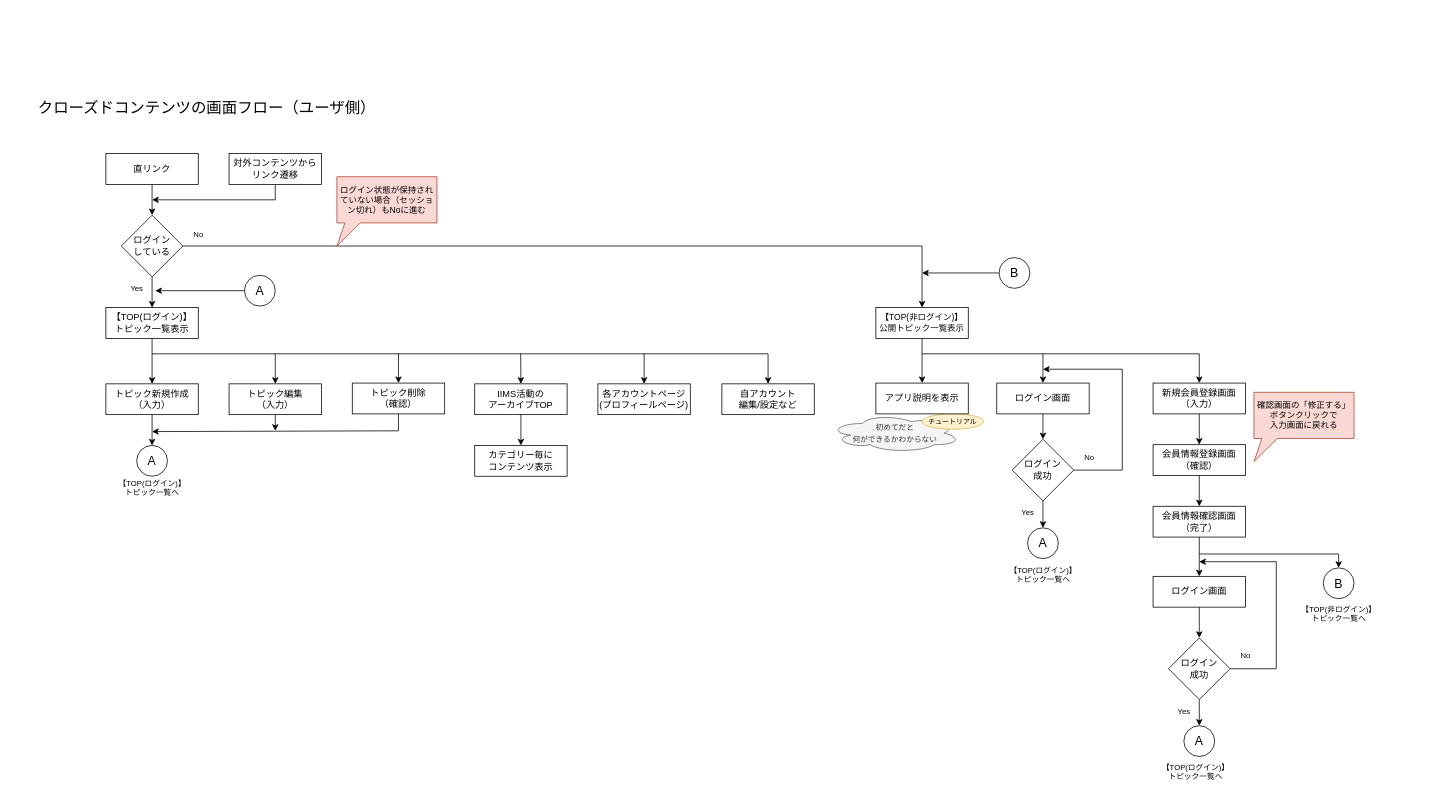
Above: page "ユーザ側" (1 of 2) of クローズドコンテンツ_画面フロー.drawio in iims-engineers/iims_closed (draw.io), before the change. Source tidied: cells renumbered, new cells numbered last; positions are measured from the earlier drawing's top-left corner, leaving out a move shared by most shapes. Both pictures are drawn from the tidied source at 77%, with x=0, y=0 at pixel (36, 92).
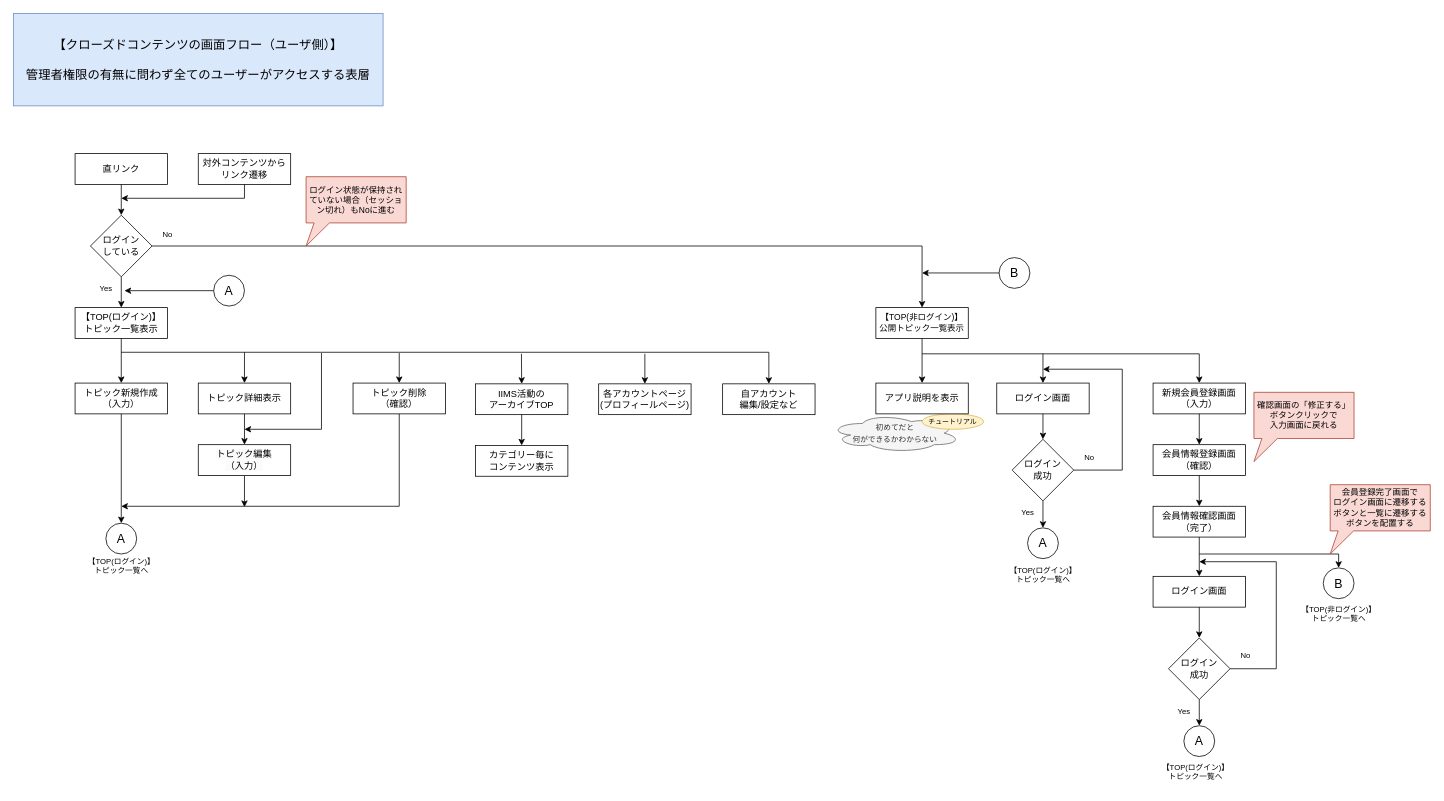
Above is the later version.

The edit, as a diff of the source:
```diff
@@
-    <mxCell id="2" value="&lt;font style=&quot;font-size: 20px;&quot;&gt;クローズドコンテンツの画面フロー（ユーザ側）&lt;/font&gt;" style="text;html=1;align=left;verticalAlign=middle;strokeColor=none;fillColor=none;" parent="1" vertex="1">
-      <mxGeometry width="460" height="40" as="geometry" />
-    </mxCell>
     <mxCell id="3" value="対外コンテンツからリンク遷移" style="whiteSpace=wrap;html=1;" parent="1" vertex="1">
-      <mxGeometry x="250" y="80" width="120" height="40" as="geometry" />
+      <mxGeometry x="210" y="80" width="120" height="40" as="geometry" />
     </mxCell>
     <mxCell id="4" value="直リンク" style="whiteSpace=wrap;html=1;" parent="1" vertex="1">
-      <mxGeometry x="90" y="80" width="120" height="40" as="geometry" />
+      <mxGeometry x="50" y="80" width="120" height="40" as="geometry" />
     </mxCell>
     <mxCell id="5" value="【TOP(ログイン)】&lt;br&gt;トピック一覧表示" style="whiteSpace=wrap;html=1;" parent="1" vertex="1">
-      <mxGeometry x="90" y="280" width="120" height="40" as="geometry" />
+      <mxGeometry x="50" y="280" width="120" height="40" as="geometry" />
     </mxCell>
@@
     <mxCell id="7" style="edgeStyle=none;jettySize=auto;html=1;rounded=0;exitX=0.5;exitY=1;exitDx=0;exitDy=0;" parent="1" edge="1" source="3">
       <mxGeometry relative="1" as="geometry">
-        <mxPoint x="150" y="140" as="targetPoint" />
+        <mxPoint x="110" y="138" as="targetPoint" />
         <Array as="points">
-          <mxPoint x="310" y="140" />
+          <mxPoint x="270" y="138" />
         </Array>
       </mxGeometry>
     </mxCell>
     <mxCell id="8" value="ログイン&lt;br&gt;している" style="rhombus;whiteSpace=wrap;html=1;fontSize=12;" parent="1" vertex="1">
-      <mxGeometry x="110" y="160" width="80" height="80" as="geometry" />
+      <mxGeometry x="70" y="160" width="80" height="80" as="geometry" />
     </mxCell>
@@
     <mxCell id="12" value="&lt;font style=&quot;font-size: 10px;&quot;&gt;Yes&lt;/font&gt;" style="text;html=1;align=center;verticalAlign=middle;points=[];strokeColor=none;fillColor=none;fontSize=10;" parent="1" vertex="1">
-      <mxGeometry x="110" y="240" width="40" height="30" as="geometry" />
+      <mxGeometry x="70" y="240" width="40" height="30" as="geometry" />
     </mxCell>
     <mxCell id="13" value="&lt;font style=&quot;font-size: 10px;&quot;&gt;No&lt;/font&gt;" style="text;html=1;align=center;verticalAlign=middle;strokeColor=none;fillColor=none;fontSize=10;" parent="1" vertex="1">
-      <mxGeometry x="190" y="170" width="40" height="30" as="geometry" />
+      <mxGeometry x="150" y="170" width="40" height="30" as="geometry" />
     </mxCell>
@@
     <mxCell id="17" value="トピック新規作成&lt;br&gt;（入力）" style="whiteSpace=wrap;html=1;" parent="1" vertex="1">
-      <mxGeometry x="90" y="379" width="120" height="40" as="geometry" />
+      <mxGeometry x="50" y="378" width="120" height="40" as="geometry" />
     </mxCell>
@@
     <mxCell id="23" value="A" style="ellipse;whiteSpace=wrap;html=1;fontSize=16;" parent="1" vertex="1">
-      <mxGeometry x="270" y="238" width="40" height="40" as="geometry" />
+      <mxGeometry x="230" y="238" width="40" height="40" as="geometry" />
     </mxCell>
@@
     <mxCell id="38" value="IIMS活動の&lt;br&gt;アーカイブTOP" style="whiteSpace=wrap;html=1;" parent="1" vertex="1">
-      <mxGeometry x="569" y="379" width="120" height="40" as="geometry" />
+      <mxGeometry x="570" y="379" width="120" height="40" as="geometry" />
     </mxCell>
     <mxCell id="39" value="各アカウントページ&lt;br&gt;(プロフィールページ)" style="whiteSpace=wrap;html=1;" parent="1" vertex="1">
-      <mxGeometry x="729" y="379" width="120" height="40" as="geometry" />
+      <mxGeometry x="730" y="379" width="120" height="40" as="geometry" />
     </mxCell>
-    <mxCell id="40" value="トピック編集&lt;br&gt;（入力）" style="whiteSpace=wrap;html=1;" parent="1" vertex="1">
-      <mxGeometry x="250" y="379" width="120" height="40" as="geometry" />
-    </mxCell>
     <mxCell id="41" value="自アカウント&lt;br&gt;編集/設定など" style="whiteSpace=wrap;html=1;" parent="1" vertex="1">
-      <mxGeometry x="890" y="379" width="120" height="40" as="geometry" />
+      <mxGeometry x="891" y="379" width="120" height="40" as="geometry" />
     </mxCell>
     <mxCell id="42" value="A" style="ellipse;whiteSpace=wrap;html=1;fontSize=16;" parent="1" vertex="1">
-      <mxGeometry x="130" y="459" width="40" height="40" as="geometry" />
+      <mxGeometry x="90" y="560" width="40" height="40" as="geometry" />
     </mxCell>
@@
     <mxCell id="44" style="edgeStyle=none;jettySize=auto;html=1;rounded=0;exitX=0.5;exitY=1;exitDx=0;exitDy=0;" parent="1" edge="1" source="68">
       <mxGeometry relative="1" as="geometry">
-        <mxPoint x="150" y="441" as="targetPoint" />
+        <mxPoint x="110" y="538" as="targetPoint" />
         <Array as="points">
-          <mxPoint x="470" y="440" />
+          <mxPoint x="471" y="538" />
         </Array>
       </mxGeometry>
     </mxCell>
@@
     <mxCell id="46" value="カテゴリー毎に&lt;br&gt;コンテンツ表示" style="whiteSpace=wrap;html=1;" parent="1" vertex="1">
-      <mxGeometry x="569" y="459" width="120" height="40" as="geometry" />
+      <mxGeometry x="570" y="459" width="120" height="40" as="geometry" />
     </mxCell>
@@
     <mxCell id="48" style="edgeStyle=none;jettySize=auto;html=1;rounded=0;entryX=0.5;entryY=0;entryDx=0;entryDy=0;" parent="1" edge="1" target="41">
       <mxGeometry relative="1" as="geometry">
-        <mxPoint x="150" y="340" as="sourcePoint" />
+        <mxPoint x="110" y="338" as="sourcePoint" />
         <Array as="points">
-          <mxPoint x="950" y="340" />
+          <mxPoint x="951" y="338" />
         </Array>
       </mxGeometry>
     </mxCell>
     <mxCell id="49" style="edgeStyle=none;jettySize=auto;html=1;rounded=0;entryX=0.5;entryY=0;entryDx=0;entryDy=0;" parent="1" edge="1" target="39">
       <mxGeometry relative="1" as="geometry">
-        <mxPoint x="789" y="340" as="sourcePoint" />
+        <mxPoint x="790" y="340" as="sourcePoint" />
       </mxGeometry>
     </mxCell>
     <mxCell id="50" style="edgeStyle=none;jettySize=auto;html=1;rounded=0;entryX=0.5;entryY=0;entryDx=0;entryDy=0;" parent="1" edge="1" target="38">
       <mxGeometry relative="1" as="geometry">
-        <mxPoint x="628.7" y="340" as="sourcePoint" />
+        <mxPoint x="629.7" y="340" as="sourcePoint" />
       </mxGeometry>
     </mxCell>
-    <mxCell id="51" style="edgeStyle=none;jettySize=auto;html=1;rounded=0;entryX=0.5;entryY=0;entryDx=0;entryDy=0;" parent="1" edge="1" target="40">
+    <mxCell id="51" style="edgeStyle=none;orthogonalLoop=1;jettySize=auto;html=1;rounded=0;" parent="1" edge="1">
       <mxGeometry relative="1" as="geometry">
-        <mxPoint x="310" y="340" as="sourcePoint" />
+        <mxPoint x="370" y="339" as="sourcePoint" />
+        <mxPoint x="270" y="438" as="targetPoint" />
+        <Array as="points">
+          <mxPoint x="370" y="438" />
+        </Array>
       </mxGeometry>
     </mxCell>
     <mxCell id="52" value="【TOP(ログイン)】&lt;br&gt;トピック一覧へ" style="text;html=1;align=center;verticalAlign=middle;strokeColor=none;fillColor=none;fontSize=10;" parent="1" vertex="1">
-      <mxGeometry x="95" y="494" width="110" height="40" as="geometry" />
+      <mxGeometry x="55" y="595" width="110" height="40" as="geometry" />
     </mxCell>
@@
     <mxCell id="67" value="ログイン状態が保持されていない場合（セッション切れ）もNoに進む" style="shape=callout;whiteSpace=wrap;html=1;perimeter=calloutPerimeter;fontSize=11;size=30;position=0.08;position2=0;fillColor=#fad9d5;strokeColor=#ae4132;" parent="1" vertex="1">
-      <mxGeometry x="390" y="110" width="130" height="90" as="geometry" />
+      <mxGeometry x="350" y="110" width="130" height="90" as="geometry" />
     </mxCell>
     <mxCell id="68" value="トピック削除&lt;br&gt;（確認）" style="whiteSpace=wrap;html=1;" parent="1" vertex="1">
-      <mxGeometry x="410" y="378" width="120" height="40" as="geometry" />
+      <mxGeometry x="411" y="378" width="120" height="40" as="geometry" />
     </mxCell>
     <mxCell id="69" style="edgeStyle=none;jettySize=auto;html=1;rounded=0;entryX=0.5;entryY=0;entryDx=0;entryDy=0;" parent="1" edge="1" target="68">
       <mxGeometry relative="1" as="geometry">
-        <mxPoint x="470" y="339" as="sourcePoint" />
+        <mxPoint x="471" y="339" as="sourcePoint" />
       </mxGeometry>
     </mxCell>
-    <mxCell id="70" style="edgeStyle=none;jettySize=auto;html=1;rounded=0;exitX=0.5;exitY=1;exitDx=0;exitDy=0;" parent="1" edge="1" source="40">
-      <mxGeometry relative="1" as="geometry">
-        <mxPoint x="310" y="440" as="targetPoint" />
-      </mxGeometry>
-    </mxCell>
@@
+    <mxCell id="72" value="【クローズドコンテンツの画面フロー（ユーザ側）】&lt;br&gt;&lt;br&gt;&lt;div style=&quot;text-align: left;&quot;&gt;&lt;span style=&quot;background-color: initial;&quot;&gt;管理者権限の有無に問わず全てのユーザーがアクセスする表層&lt;/span&gt;&lt;/div&gt;" style="rounded=0;whiteSpace=wrap;html=1;fontSize=16;fillColor=#dae8fc;strokeColor=#6c8ebf;" parent="1" vertex="1">
+      <mxGeometry x="-30" y="-102" width="480" height="120" as="geometry" />
+    </mxCell>
+    <mxCell id="73" value="トピック詳細表示" style="whiteSpace=wrap;html=1;" parent="1" vertex="1">
+      <mxGeometry x="210" y="378" width="120" height="40" as="geometry" />
+    </mxCell>
+    <mxCell id="74" style="edgeStyle=none;jettySize=auto;html=1;rounded=0;entryX=0.5;entryY=0;entryDx=0;entryDy=0;" parent="1" edge="1" target="73">
+      <mxGeometry relative="1" as="geometry">
+        <mxPoint x="270" y="338" as="sourcePoint" />
+      </mxGeometry>
+    </mxCell>
+    <mxCell id="75" style="edgeStyle=none;jettySize=auto;html=1;rounded=0;exitX=0.5;exitY=1;exitDx=0;exitDy=0;" parent="1" edge="1" source="40">
+      <mxGeometry relative="1" as="geometry">
+        <mxPoint x="270" y="539" as="targetPoint" />
+      </mxGeometry>
+    </mxCell>
+    <mxCell id="40" value="&lt;span style=&quot;color: rgb(0, 0, 0); font-family: Helvetica; font-size: 12px; font-style: normal; font-variant-ligatures: normal; font-variant-caps: normal; font-weight: 400; letter-spacing: normal; orphans: 2; text-align: center; text-indent: 0px; text-transform: none; widows: 2; word-spacing: 0px; -webkit-text-stroke-width: 0px; background-color: rgb(251, 251, 251); text-decoration-thickness: initial; text-decoration-style: initial; text-decoration-color: initial; float: none; display: inline !important;&quot;&gt;トピック編集&lt;/span&gt;&lt;br style=&quot;border-color: var(--border-color); color: rgb(0, 0, 0); font-family: Helvetica; font-size: 12px; font-style: normal; font-variant-ligatures: normal; font-variant-caps: normal; font-weight: 400; letter-spacing: normal; orphans: 2; text-align: center; text-indent: 0px; text-transform: none; widows: 2; word-spacing: 0px; -webkit-text-stroke-width: 0px; background-color: rgb(251, 251, 251); text-decoration-thickness: initial; text-decoration-style: initial; text-decoration-color: initial;&quot;&gt;&lt;span style=&quot;color: rgb(0, 0, 0); font-family: Helvetica; font-size: 12px; font-style: normal; font-variant-ligatures: normal; font-variant-caps: normal; font-weight: 400; letter-spacing: normal; orphans: 2; text-align: center; text-indent: 0px; text-transform: none; widows: 2; word-spacing: 0px; -webkit-text-stroke-width: 0px; background-color: rgb(251, 251, 251); text-decoration-thickness: initial; text-decoration-style: initial; text-decoration-color: initial; float: none; display: inline !important;&quot;&gt;（入力）&lt;/span&gt;" style="whiteSpace=wrap;html=1;" parent="1" vertex="1">
+      <mxGeometry x="210" y="458" width="120" height="40" as="geometry" />
+    </mxCell>
+    <mxCell id="76" style="edgeStyle=none;jettySize=auto;html=1;rounded=0;exitX=0.5;exitY=1;exitDx=0;exitDy=0;entryX=0.5;entryY=0;entryDx=0;entryDy=0;" parent="1" edge="1" source="73" target="40">
+      <mxGeometry relative="1" as="geometry" />
+    </mxCell>
+    <mxCell id="77" value="会員登録完了画面で&lt;br&gt;ログイン画面に遷移するボタンと一覧に遷移するボタンを配置する" style="shape=callout;whiteSpace=wrap;html=1;perimeter=calloutPerimeter;fontSize=11;size=30;position=0.08;position2=0;fillColor=#fad9d5;strokeColor=#ae4132;" parent="1" vertex="1">
+      <mxGeometry x="1680" y="510" width="130" height="90" as="geometry" />
+    </mxCell>
```
